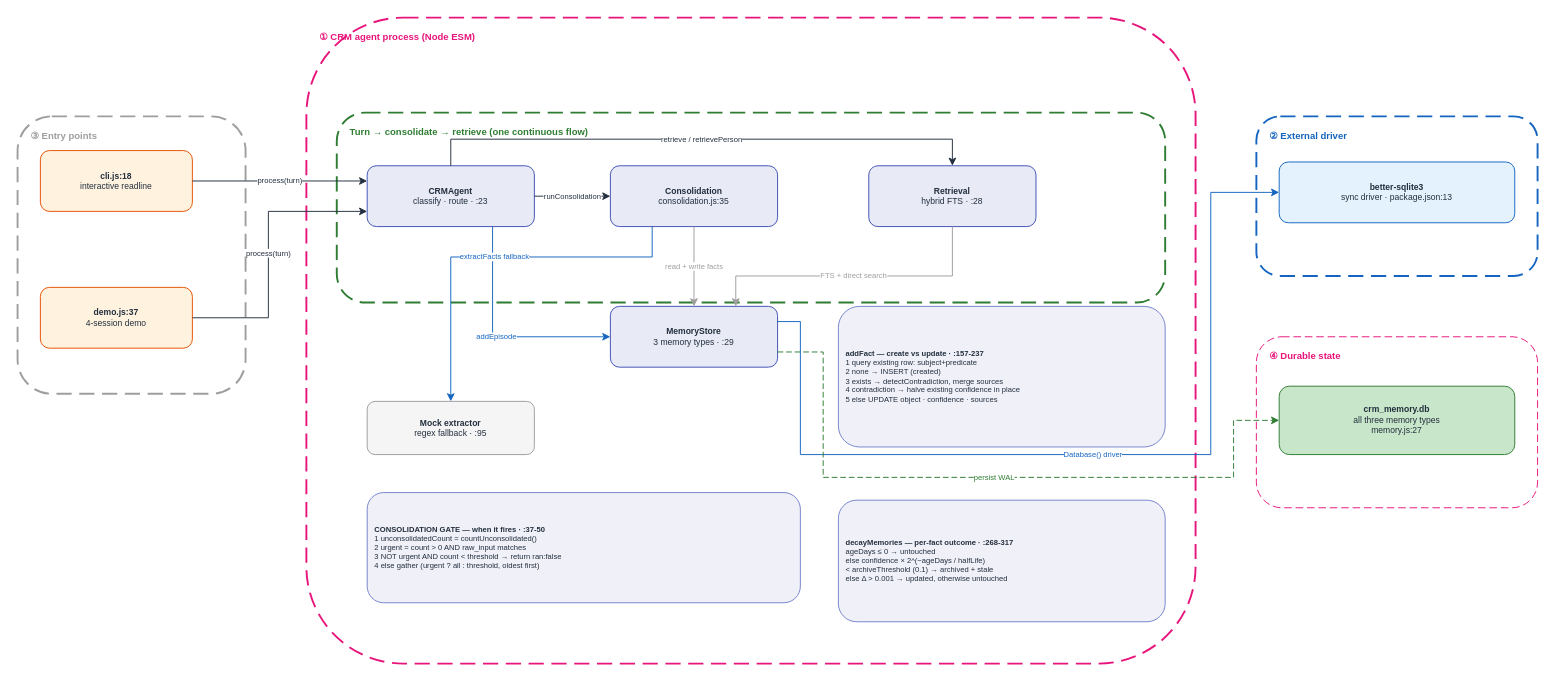
The draw.io diagram docs/diagrams/agent_memory_v1/HOA_AgentMemory_v1.drawio in gmaheshraju/Hands-on-AgenticAI, before the edit. Source tidied: cells renumbered, new cells numbered last; positions are measured from the earlier drawing's top-left corner, leaving out a move shared by most shapes. Both pictures are drawn from the tidied source at 95%, with x=0, y=0 at pixel (17, 17).
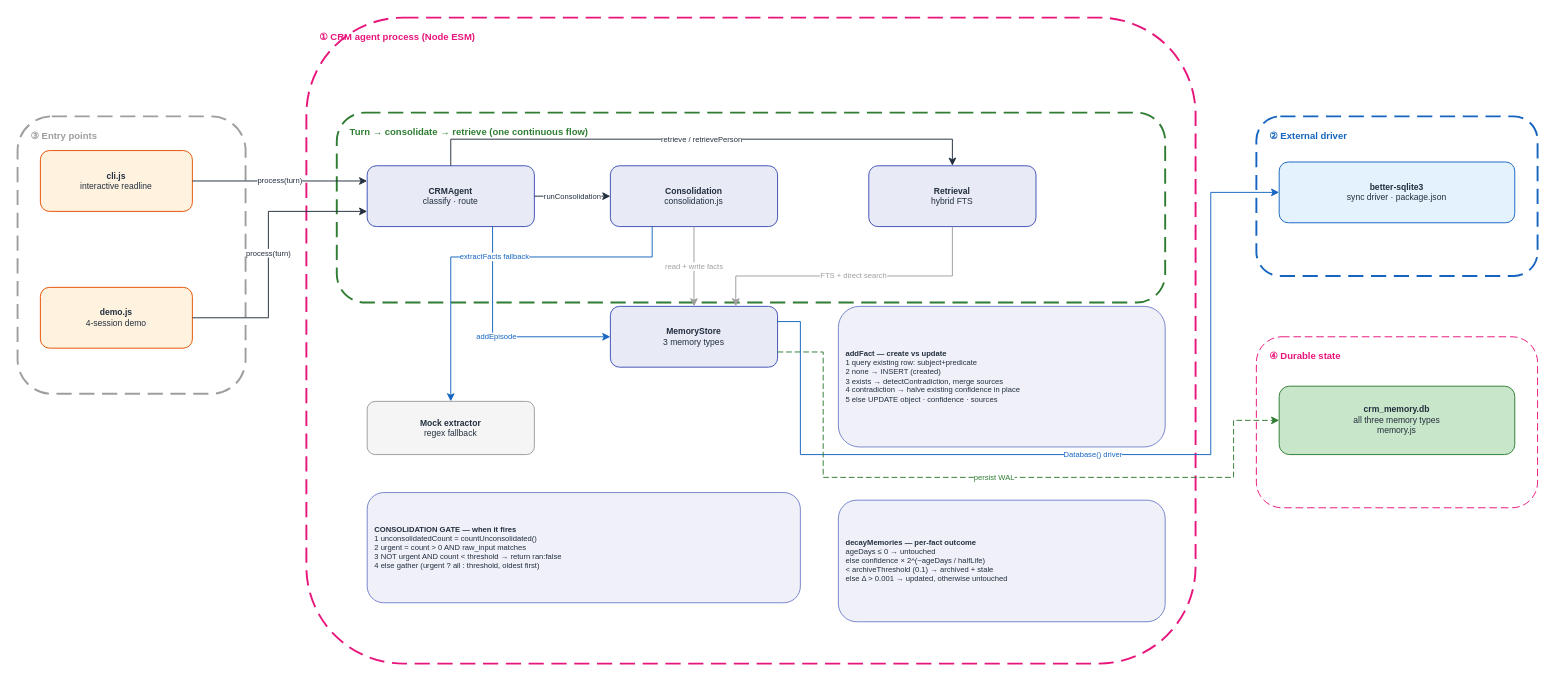
After the change.

The edit, as a diff of the source:
```diff
@@
-    <mxCell id="12" value="&lt;b&gt;cli.js:18&lt;/b&gt;&lt;br&gt;interactive readline" style="rounded=1;fillColor=#FFF3E0;strokeColor=#E65100;fontSize=9;fontColor=#232F3E;html=1;whiteSpace=wrap;align=center;" parent="1" vertex="1">
+    <mxCell id="12" value="&lt;b&gt;cli.js&lt;/b&gt;&lt;br&gt;interactive readline" style="rounded=1;fillColor=#FFF3E0;strokeColor=#E65100;fontSize=9;fontColor=#232F3E;html=1;whiteSpace=wrap;align=center;" parent="1" vertex="1">
       <mxGeometry x="24" y="140" width="160" height="64" as="geometry" />
     </mxCell>
-    <mxCell id="13" value="&lt;b&gt;demo.js:37&lt;/b&gt;&lt;br&gt;4-session demo" style="rounded=1;fillColor=#FFF3E0;strokeColor=#E65100;fontSize=9;fontColor=#232F3E;html=1;whiteSpace=wrap;align=center;" parent="1" vertex="1">
+    <mxCell id="13" value="&lt;b&gt;demo.js&lt;/b&gt;&lt;br&gt;4-session demo" style="rounded=1;fillColor=#FFF3E0;strokeColor=#E65100;fontSize=9;fontColor=#232F3E;html=1;whiteSpace=wrap;align=center;" parent="1" vertex="1">
       <mxGeometry x="24" y="284" width="160" height="64" as="geometry" />
     </mxCell>
-    <mxCell id="14" value="&lt;b&gt;CRMAgent&lt;/b&gt;&lt;br&gt;classify · route · :23" style="rounded=1;fillColor=#E8EAF6;strokeColor=#3F51B5;fontSize=9;fontColor=#232F3E;html=1;whiteSpace=wrap;align=center;" parent="1" vertex="1">
+    <mxCell id="14" value="&lt;b&gt;CRMAgent&lt;/b&gt;&lt;br&gt;classify · route" style="rounded=1;fillColor=#E8EAF6;strokeColor=#3F51B5;fontSize=9;fontColor=#232F3E;html=1;whiteSpace=wrap;align=center;" parent="1" vertex="1">
       <mxGeometry x="368" y="156" width="176" height="64" as="geometry" />
     </mxCell>
-    <mxCell id="15" value="&lt;b&gt;Consolidation&lt;/b&gt;&lt;br&gt;consolidation.js:35" style="rounded=1;fillColor=#E8EAF6;strokeColor=#3F51B5;fontSize=9;fontColor=#232F3E;html=1;whiteSpace=wrap;align=center;" parent="1" vertex="1">
+    <mxCell id="15" value="&lt;b&gt;Consolidation&lt;/b&gt;&lt;br&gt;consolidation.js" style="rounded=1;fillColor=#E8EAF6;strokeColor=#3F51B5;fontSize=9;fontColor=#232F3E;html=1;whiteSpace=wrap;align=center;" parent="1" vertex="1">
       <mxGeometry x="624" y="156" width="176" height="64" as="geometry" />
     </mxCell>
-    <mxCell id="16" value="&lt;b&gt;Retrieval&lt;/b&gt;&lt;br&gt;hybrid FTS · :28" style="rounded=1;fillColor=#E8EAF6;strokeColor=#3F51B5;fontSize=9;fontColor=#232F3E;html=1;whiteSpace=wrap;align=center;" parent="1" vertex="1">
+    <mxCell id="16" value="&lt;b&gt;Retrieval&lt;/b&gt;&lt;br&gt;hybrid FTS" style="rounded=1;fillColor=#E8EAF6;strokeColor=#3F51B5;fontSize=9;fontColor=#232F3E;html=1;whiteSpace=wrap;align=center;" parent="1" vertex="1">
       <mxGeometry x="896" y="156" width="176" height="64" as="geometry" />
     </mxCell>
-    <mxCell id="17" value="&lt;b&gt;MemoryStore&lt;/b&gt;&lt;br&gt;3 memory types · :29" style="rounded=1;fillColor=#E8EAF6;strokeColor=#3F51B5;fontSize=9;fontColor=#232F3E;html=1;whiteSpace=wrap;align=center;" parent="1" vertex="1">
+    <mxCell id="17" value="&lt;b&gt;MemoryStore&lt;/b&gt;&lt;br&gt;3 memory types" style="rounded=1;fillColor=#E8EAF6;strokeColor=#3F51B5;fontSize=9;fontColor=#232F3E;html=1;whiteSpace=wrap;align=center;" parent="1" vertex="1">
       <mxGeometry x="624" y="304" width="176" height="64" as="geometry" />
     </mxCell>
-    <mxCell id="18" value="&lt;b&gt;Mock extractor&lt;/b&gt;&lt;br&gt;regex fallback · :95" style="rounded=1;fillColor=#F5F5F5;strokeColor=#9E9E9E;fontSize=9;fontColor=#232F3E;html=1;whiteSpace=wrap;align=center;" parent="1" vertex="1">
+    <mxCell id="18" value="&lt;b&gt;Mock extractor&lt;/b&gt;&lt;br&gt;regex fallback" style="rounded=1;fillColor=#F5F5F5;strokeColor=#9E9E9E;fontSize=9;fontColor=#232F3E;html=1;whiteSpace=wrap;align=center;" parent="1" vertex="1">
       <mxGeometry x="368" y="404" width="176" height="56" as="geometry" />
     </mxCell>
-    <mxCell id="19" value="&lt;b&gt;better-sqlite3&lt;/b&gt;&lt;br&gt;sync driver · package.json:13" style="rounded=1;fillColor=#E3F2FD;strokeColor=#1565C0;fontSize=9;fontColor=#232F3E;html=1;whiteSpace=wrap;align=center;" parent="1" vertex="1">
+    <mxCell id="19" value="&lt;b&gt;better-sqlite3&lt;/b&gt;&lt;br&gt;sync driver · package.json" style="rounded=1;fillColor=#E3F2FD;strokeColor=#1565C0;fontSize=9;fontColor=#232F3E;html=1;whiteSpace=wrap;align=center;" parent="1" vertex="1">
       <mxGeometry x="1328" y="152" width="248" height="64" as="geometry" />
     </mxCell>
-    <mxCell id="20" value="&lt;b&gt;crm_memory.db&lt;/b&gt;&lt;br&gt;all three memory types&lt;br&gt;memory.js:27" style="rounded=1;fillColor=#C8E6C9;strokeColor=#2E7D32;fontSize=9;fontColor=#232F3E;html=1;whiteSpace=wrap;align=center;" parent="1" vertex="1">
+    <mxCell id="20" value="&lt;b&gt;crm_memory.db&lt;/b&gt;&lt;br&gt;all three memory types&lt;br&gt;memory.js" style="rounded=1;fillColor=#C8E6C9;strokeColor=#2E7D32;fontSize=9;fontColor=#232F3E;html=1;whiteSpace=wrap;align=center;" parent="1" vertex="1">
       <mxGeometry x="1328" y="388" width="248" height="72" as="geometry" />
     </mxCell>
-    <mxCell id="21" value="&lt;b&gt;CONSOLIDATION GATE — when it fires · :37-50&lt;/b&gt;&lt;br&gt;1 unconsolidatedCount = countUnconsolidated()&lt;br&gt;2 urgent = count &amp;gt; 0 AND raw_input matches&lt;br&gt;3 NOT urgent AND count &amp;lt; threshold → return ran:false&lt;br&gt;4 else gather (urgent ? all : threshold, oldest first)" style="rounded=1;fillColor=#E8EAF6;strokeColor=#3F51B5;fontSize=8;fontColor=#232F3E;html=1;whiteSpace=wrap;align=left;spacingLeft=6;opacity=70;" parent="1" vertex="1">
+    <mxCell id="21" value="&lt;b&gt;CONSOLIDATION GATE — when it fires&lt;/b&gt;&lt;br&gt;1 unconsolidatedCount = countUnconsolidated()&lt;br&gt;2 urgent = count &amp;gt; 0 AND raw_input matches&lt;br&gt;3 NOT urgent AND count &amp;lt; threshold → return ran:false&lt;br&gt;4 else gather (urgent ? all : threshold, oldest first)" style="rounded=1;fillColor=#E8EAF6;strokeColor=#3F51B5;fontSize=8;fontColor=#232F3E;html=1;whiteSpace=wrap;align=left;spacingLeft=6;opacity=70;" parent="1" vertex="1">
       <mxGeometry x="368" y="500" width="456" height="116" as="geometry" />
     </mxCell>
-    <mxCell id="22" value="&lt;b&gt;addFact — create vs update · :157-237&lt;/b&gt;&lt;br&gt;1 query existing row: subject+predicate&lt;br&gt;2 none → INSERT (created)&lt;br&gt;3 exists → detectContradiction, merge sources&lt;br&gt;4 contradiction → halve existing confidence in place&lt;br&gt;5 else UPDATE object · confidence · sources" style="rounded=1;fillColor=#E8EAF6;strokeColor=#3F51B5;fontSize=8;fontColor=#232F3E;html=1;whiteSpace=wrap;align=left;spacingLeft=6;opacity=70;" parent="1" vertex="1">
+    <mxCell id="22" value="&lt;b&gt;addFact — create vs update&lt;/b&gt;&lt;br&gt;1 query existing row: subject+predicate&lt;br&gt;2 none → INSERT (created)&lt;br&gt;3 exists → detectContradiction, merge sources&lt;br&gt;4 contradiction → halve existing confidence in place&lt;br&gt;5 else UPDATE object · confidence · sources" style="rounded=1;fillColor=#E8EAF6;strokeColor=#3F51B5;fontSize=8;fontColor=#232F3E;html=1;whiteSpace=wrap;align=left;spacingLeft=6;opacity=70;" parent="1" vertex="1">
       <mxGeometry x="864" y="304" width="344" height="148" as="geometry" />
     </mxCell>
-    <mxCell id="23" value="&lt;b&gt;decayMemories — per-fact outcome · :268-317&lt;/b&gt;&lt;br&gt;ageDays ≤ 0 → untouched&lt;br&gt;else confidence × 2^(−ageDays / halfLife)&lt;br&gt;&amp;lt; archiveThreshold (0.1) → archived + stale&lt;br&gt;else Δ &amp;gt; 0.001 → updated, otherwise untouched" style="rounded=1;fillColor=#E8EAF6;strokeColor=#3F51B5;fontSize=8;fontColor=#232F3E;html=1;whiteSpace=wrap;align=left;spacingLeft=6;opacity=70;" parent="1" vertex="1">
+    <mxCell id="23" value="&lt;b&gt;decayMemories — per-fact outcome&lt;/b&gt;&lt;br&gt;ageDays ≤ 0 → untouched&lt;br&gt;else confidence × 2^(−ageDays / halfLife)&lt;br&gt;&amp;lt; archiveThreshold (0.1) → archived + stale&lt;br&gt;else Δ &amp;gt; 0.001 → updated, otherwise untouched" style="rounded=1;fillColor=#E8EAF6;strokeColor=#3F51B5;fontSize=8;fontColor=#232F3E;html=1;whiteSpace=wrap;align=left;spacingLeft=6;opacity=70;" parent="1" vertex="1">
       <mxGeometry x="864" y="508" width="344" height="128" as="geometry" />
     </mxCell>
```
